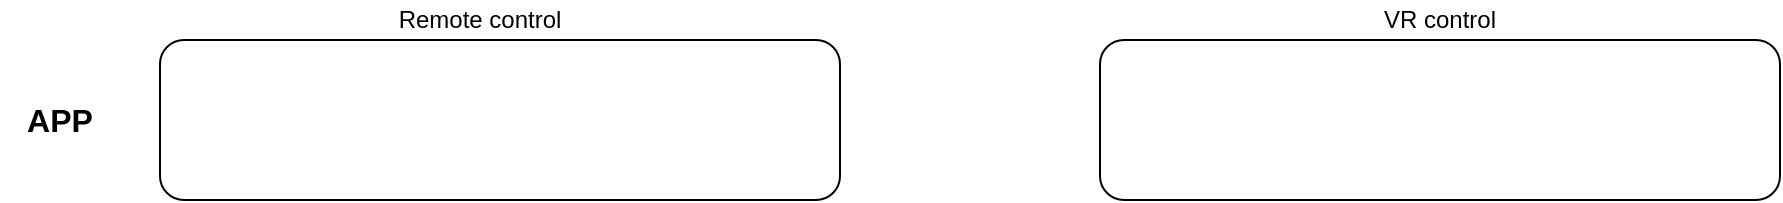
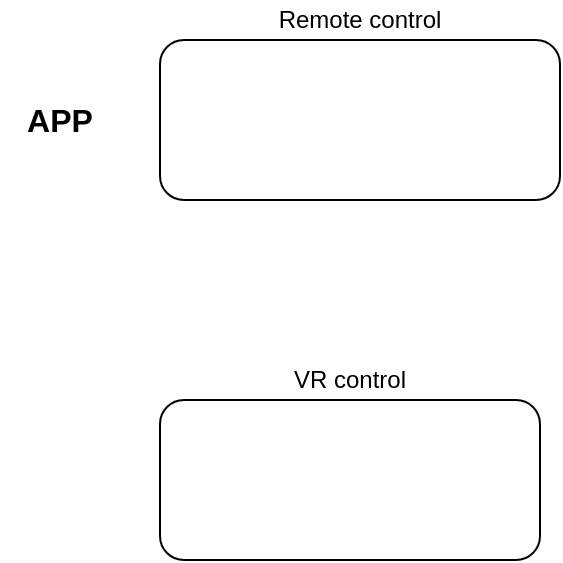
<mxfile host="app.diagrams.net">
  <diagram name="第 1 页" id="ybuJFLsuspTRZjUBc2Sj">
    <mxGraphModel dx="1122" dy="596" grid="1" gridSize="10" guides="1" tooltips="1" connect="1" arrows="1" fold="1" page="1" pageScale="1" pageWidth="827" pageHeight="1169" math="0" shadow="0">
      <root>
        <mxCell id="0" />
        <mxCell id="1" parent="0" />
        <mxCell id="IlZ43ksjCjAGZCLtcrJK-1" parent="1" style="rounded=1;whiteSpace=wrap;html=1;" value="" vertex="1">
-           <mxGeometry height="80" width="340" x="80" y="190" as="geometry" />
+           <mxGeometry height="80" width="200" x="80" y="190" as="geometry" />
        </mxCell>
        <mxCell id="IlZ43ksjCjAGZCLtcrJK-2" parent="1" style="text;html=1;whiteSpace=wrap;strokeColor=none;fillColor=none;align=center;verticalAlign=middle;rounded=0;fontStyle=1;fontSize=16;" value="APP" vertex="1">
          <mxGeometry height="30" width="60" y="215" as="geometry" />
        </mxCell>
        <mxCell id="IlZ43ksjCjAGZCLtcrJK-3" parent="1" style="rounded=1;whiteSpace=wrap;html=1;" value="" vertex="1">
-           <mxGeometry height="80" width="340" x="550" y="190" as="geometry" />
+           <mxGeometry height="80" width="190" x="80" y="370" as="geometry" />
        </mxCell>
        <mxCell id="IlZ43ksjCjAGZCLtcrJK-5" parent="1" style="text;html=1;whiteSpace=wrap;strokeColor=none;fillColor=none;align=center;verticalAlign=middle;rounded=0;" value="Remote control" vertex="1">
-           <mxGeometry height="20" width="160" x="160" y="170" as="geometry" />
+           <mxGeometry height="20" width="160" x="100" y="170" as="geometry" />
        </mxCell>
        <mxCell id="IlZ43ksjCjAGZCLtcrJK-7" parent="1" style="text;html=1;whiteSpace=wrap;strokeColor=none;fillColor=none;align=center;verticalAlign=middle;rounded=0;" value="VR control" vertex="1">
-           <mxGeometry height="20" width="160" x="640" y="170" as="geometry" />
+           <mxGeometry height="20" width="160" x="95" y="350" as="geometry" />
        </mxCell>
      </root>
    </mxGraphModel>
  </diagram>
</mxfile>
